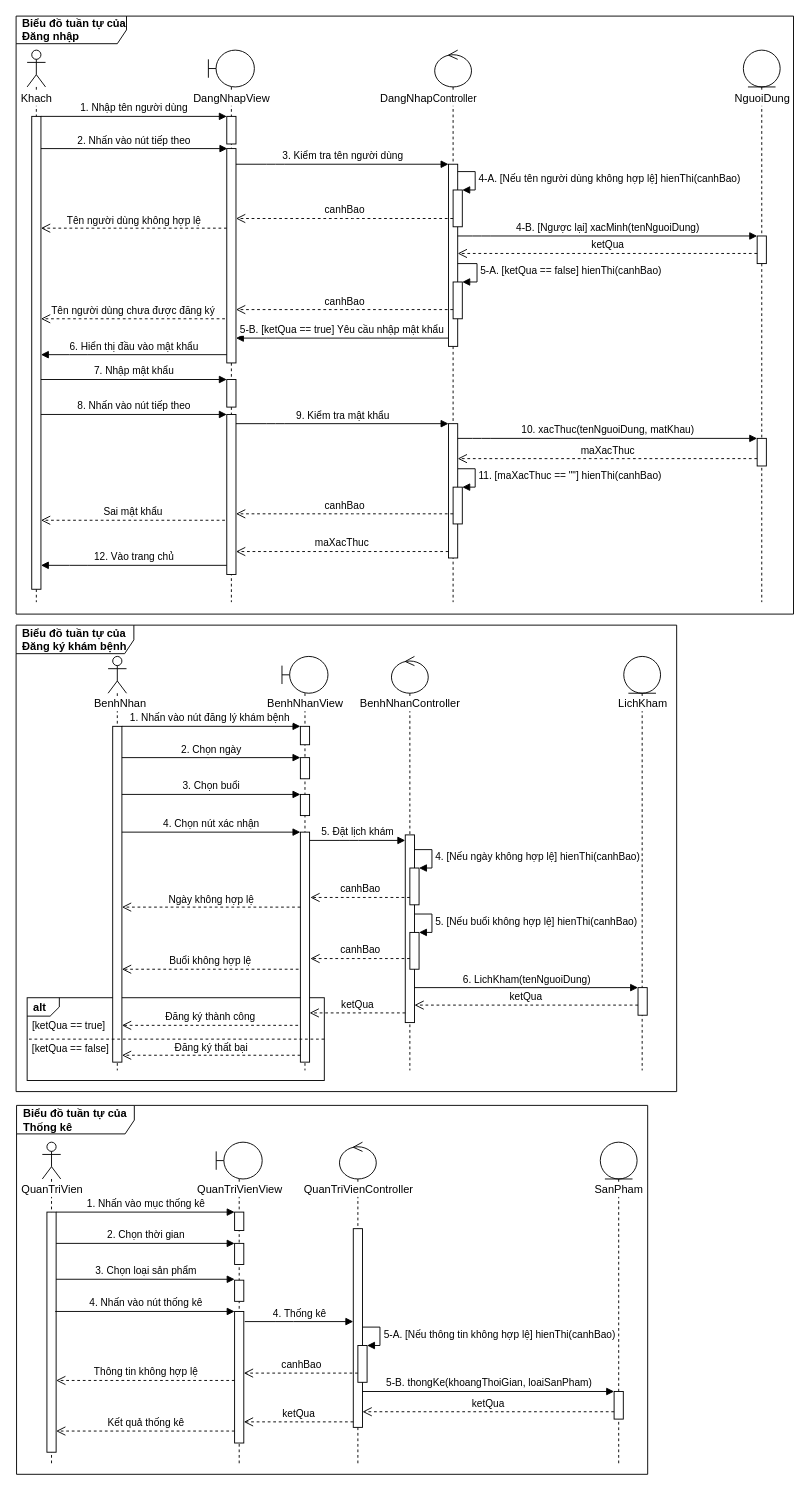
Before: page "Sequence" (1 of 4) of designs/luc.drawio in luclegen/medicine16, a draw.io diagram. Source tidied: cells renumbered, new cells numbered last; positions are measured from the earlier drawing's top-left corner, leaving out a move shared by most shapes. Both pictures are drawn from the tidied source at 92%, with x=0, y=0 at pixel (16, 16).
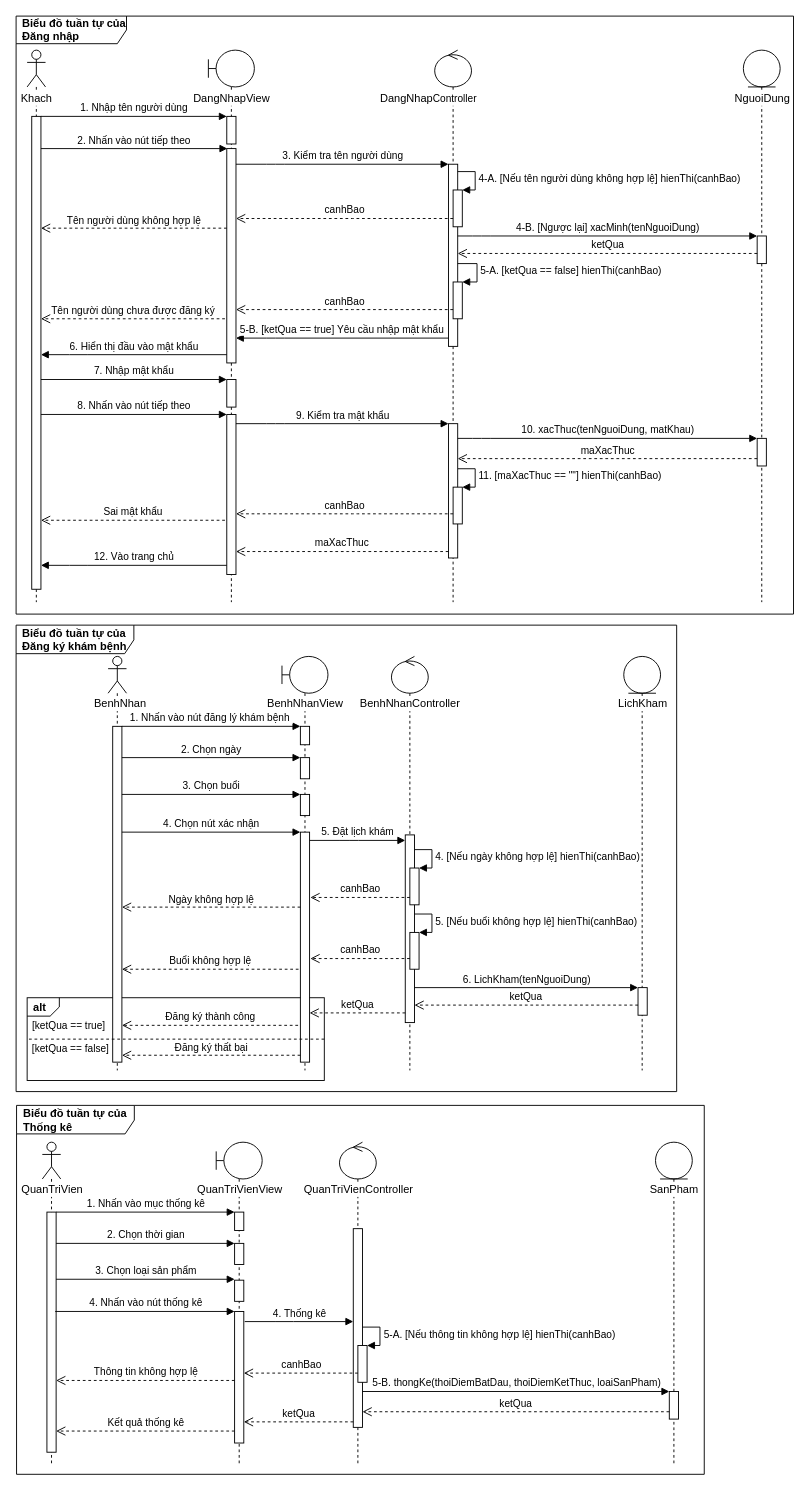
The same page after the edit.

Commit message:
Update Biểu đồ tuần tự của Thống kê

The change refers to these unchanged cells:
```xml
<mxCell id="93" style="html=1;points=[];perimeter=orthogonalPerimeter;" parent="92" vertex="1">
  <mxGeometry x="15" y="271" width="10" height="30" as="geometry" />
</mxCell>
```

Change to the diagram source:
```diff
@@
+    <mxCell id="112" value="&lt;b&gt;Biểu đồ tuần tự của Thống kê&lt;/b&gt;" style="shape=umlFrame;whiteSpace=wrap;html=1;width=128;height=31;boundedLbl=1;verticalAlign=middle;align=left;spacingLeft=5;" parent="1" vertex="1">
+      <mxGeometry x="0.5" y="1184" width="747.5" height="401" as="geometry" />
+    </mxCell>
@@
     <mxCell id="92" style="shape=umlLifeline;participant=umlEntity;perimeter=lifelinePerimeter;whiteSpace=wrap;html=1;verticalAlign=top;spacingTop=36;" parent="1" vertex="1">
-      <mxGeometry x="635" y="1224" width="40" height="350" as="geometry" />
+      <mxGeometry x="695" y="1224" width="40" height="350" as="geometry" />
     </mxCell>
@@
     <mxCell id="98" value="SanPham" style="text;html=1;align=center;verticalAlign=middle;strokeColor=none;labelBackgroundColor=#FFFFFF;" parent="1" vertex="1">
-      <mxGeometry x="623.5" y="1267" width="63" height="18" as="geometry" />
+      <mxGeometry x="683.5" y="1267" width="63" height="18" as="geometry" />
     </mxCell>
@@
-    <mxCell id="108" value="5-B. thongKe(khoangThoiGian, loaiSanPham)" style="html=1;verticalAlign=bottom;endArrow=block;" parent="1" edge="1">
+    <mxCell id="108" value="5-B. thongKe(thoiDiemBatDau, thoiDiemKetThuc, loaiSanPham)" style="html=1;verticalAlign=bottom;endArrow=block;" parent="1" edge="1" target="93">
       <mxGeometry relative="1" as="geometry">
         <mxPoint x="376.5" y="1495" as="sourcePoint" />
-        <mxPoint x="650" y="1495" as="targetPoint" />
       </mxGeometry>
     </mxCell>
@@
-    <mxCell id="112" value="&lt;b&gt;Biểu đồ tuần tự của Thống kê&lt;/b&gt;" style="shape=umlFrame;whiteSpace=wrap;html=1;width=128;height=31;boundedLbl=1;verticalAlign=middle;align=left;spacingLeft=5;" parent="1" vertex="1">
-      <mxGeometry x="0.5" y="1184" width="686" height="401" as="geometry" />
-    </mxCell>
```
